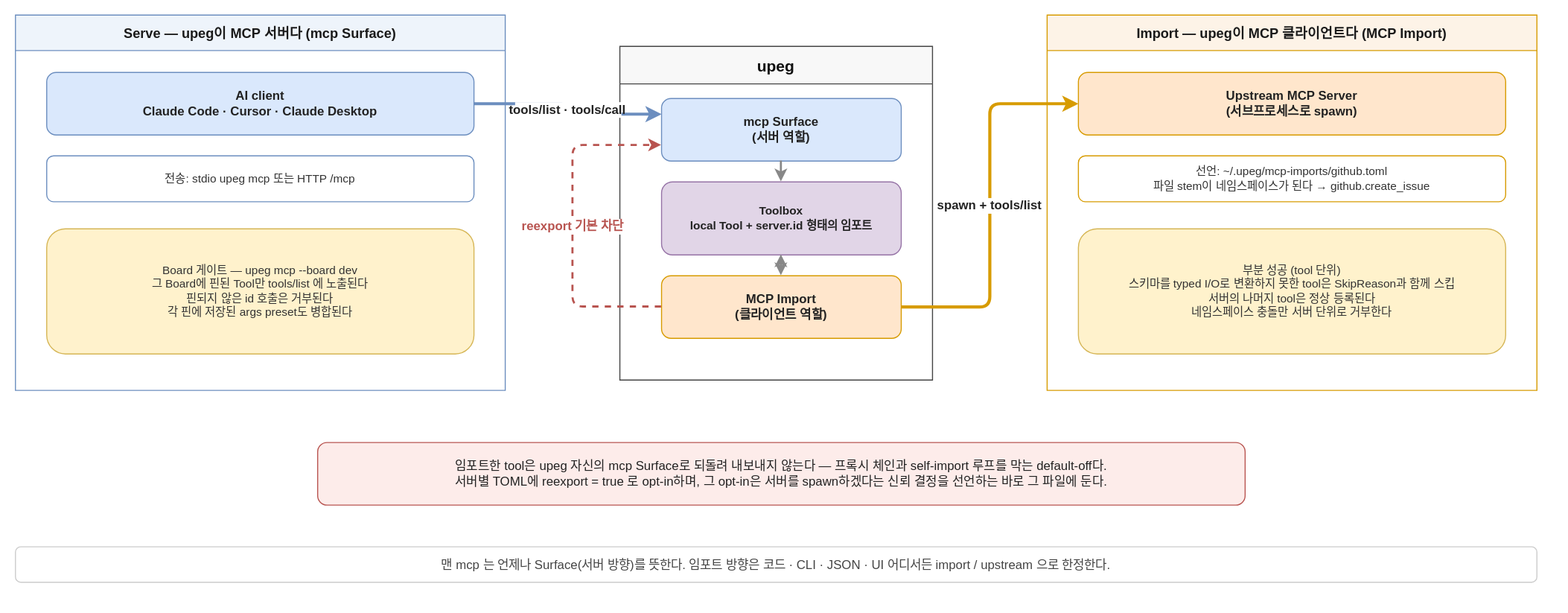
This is docs/diagrams/mcp-directions.drawio.svg from 5pecia1/UPeg, a draw.io export, as it was before one commit. Source tidied: cells renumbered, new cells last; positions are measured from the earlier drawing's top-left corner, leaving out a move shared by most shapes. Source of this version:
```xml
<mxGraphModel background="#ffffff">
  <root>
    <mxCell id="0" />
    <mxCell id="1" parent="0" />
    <mxCell id="2" value="Serve — upeg이 MCP 서버다   (mcp Surface)" style="swimlane;html=0;startSize=34;fillColor=#eef4fb;strokeColor=#6c8ebf;fontColor=#1a1a1a;fontStyle=1;fontSize=13;" parent="1" vertex="1">
      <mxGeometry width="470" height="360" as="geometry" />
    </mxCell>
    <mxCell id="3" value="AI client&#10;Claude Code · Cursor · Claude Desktop" style="rounded=1;whiteSpace=wrap;html=0;fillColor=#dae8fc;strokeColor=#6c8ebf;fontColor=#222222;fontSize=12;fontStyle=1;" parent="2" vertex="1">
      <mxGeometry x="30" y="55" width="410" height="60" as="geometry" />
    </mxCell>
    <mxCell id="4" value="전송:  stdio upeg mcp   또는   HTTP /mcp" style="rounded=1;whiteSpace=wrap;html=0;fillColor=#ffffff;strokeColor=#6c8ebf;fontColor=#333333;fontSize=11;" parent="2" vertex="1">
      <mxGeometry x="30" y="135" width="410" height="44" as="geometry" />
    </mxCell>
    <mxCell id="5" value="Board 게이트 —  upeg mcp --board dev&#10;그 Board에 핀된 Tool만 tools/list 에 노출된다&#10;핀되지 않은 id 호출은 거부된다&#10;각 핀에 저장된 args preset도 병합된다" style="rounded=1;whiteSpace=wrap;html=0;fillColor=#fff2cc;strokeColor=#d6b656;fontColor=#333333;fontSize=11;" parent="2" vertex="1">
      <mxGeometry x="30" y="205" width="410" height="120" as="geometry" />
    </mxCell>
    <mxCell id="6" value="upeg" style="swimlane;html=0;startSize=36;fillColor=#f8f8f8;strokeColor=#444444;fontColor=#111111;fontStyle=1;fontSize=15;" parent="1" vertex="1">
      <mxGeometry x="580" y="30" width="300" height="320" as="geometry" />
    </mxCell>
    <mxCell id="7" value="mcp Surface&#10;(서버 역할)" style="rounded=1;whiteSpace=wrap;html=0;fillColor=#dae8fc;strokeColor=#6c8ebf;fontColor=#222222;fontSize=12;fontStyle=1;" parent="6" vertex="1">
      <mxGeometry x="40" y="50" width="230" height="60" as="geometry" />
    </mxCell>
    <mxCell id="8" value="Toolbox&#10;local Tool  +  server.id 형태의 임포트" style="rounded=1;whiteSpace=wrap;html=0;fillColor=#e1d5e7;strokeColor=#9673a6;fontColor=#222222;fontSize=11;fontStyle=1;" parent="6" vertex="1">
      <mxGeometry x="40" y="130" width="230" height="70" as="geometry" />
    </mxCell>
    <mxCell id="9" value="MCP Import&#10;(클라이언트 역할)" style="rounded=1;whiteSpace=wrap;html=0;fillColor=#ffe6cc;strokeColor=#d79b00;fontColor=#222222;fontSize=12;fontStyle=1;" parent="6" vertex="1">
      <mxGeometry x="40" y="220" width="230" height="60" as="geometry" />
    </mxCell>
    <mxCell id="10" value="Import — upeg이 MCP 클라이언트다   (MCP Import)" style="swimlane;html=0;startSize=34;fillColor=#fdf3e7;strokeColor=#d79b00;fontColor=#1a1a1a;fontStyle=1;fontSize=13;" parent="1" vertex="1">
      <mxGeometry x="990" width="470" height="360" as="geometry" />
    </mxCell>
    <mxCell id="11" value="Upstream MCP Server&#10;(서브프로세스로 spawn)" style="rounded=1;whiteSpace=wrap;html=0;fillColor=#ffe6cc;strokeColor=#d79b00;fontColor=#222222;fontSize=12;fontStyle=1;" parent="10" vertex="1">
      <mxGeometry x="30" y="55" width="410" height="60" as="geometry" />
    </mxCell>
    <mxCell id="12" value="선언:  ~/.upeg/mcp-imports/github.toml&#10;파일 stem이 네임스페이스가 된다  →  github.create_issue" style="rounded=1;whiteSpace=wrap;html=0;fillColor=#ffffff;strokeColor=#d79b00;fontColor=#333333;fontSize=11;" parent="10" vertex="1">
      <mxGeometry x="30" y="135" width="410" height="44" as="geometry" />
    </mxCell>
    <mxCell id="13" value="부분 성공 (tool 단위)&#10;스키마를 typed I/O로 변환하지 못한 tool은 SkipReason과 함께 스킵&#10;서버의 나머지 tool은 정상 등록된다&#10;네임스페이스 충돌만 서버 단위로 거부한다" style="rounded=1;whiteSpace=wrap;html=0;fillColor=#fff2cc;strokeColor=#d6b656;fontColor=#333333;fontSize=11;" parent="10" vertex="1">
      <mxGeometry x="30" y="205" width="410" height="120" as="geometry" />
    </mxCell>
    <mxCell id="14" value="tools/list · tools/call" style="edgeStyle=orthogonalEdgeStyle;rounded=1;jettySize=auto;html=0;strokeColor=#6c8ebf;strokeWidth=3;fontColor=#222222;fontSize=12;fontStyle=1;labelBackgroundColor=#ffffff;exitX=1;exitY=0.5;exitDx=0;exitDy=0;entryX=0;entryY=0.25;entryDx=0;entryDy=0;" parent="1" edge="1" source="3" target="7">
      <mxGeometry relative="1" as="geometry" />
    </mxCell>
    <mxCell id="15" style="edgeStyle=orthogonalEdgeStyle;rounded=1;jettySize=auto;html=0;strokeColor=#888888;strokeWidth=2;exitX=0.5;exitY=1;exitDx=0;exitDy=0;entryX=0.5;entryY=0;entryDx=0;entryDy=0;" parent="1" edge="1" source="7" target="8">
      <mxGeometry relative="1" as="geometry" />
    </mxCell>
    <mxCell id="16" style="edgeStyle=orthogonalEdgeStyle;rounded=1;jettySize=auto;html=0;strokeColor=#888888;strokeWidth=2;exitX=0.5;exitY=1;exitDx=0;exitDy=0;entryX=0.5;entryY=0;entryDx=0;entryDy=0;startArrow=classic;startFill=1;" parent="1" edge="1" source="8" target="9">
      <mxGeometry relative="1" as="geometry" />
    </mxCell>
    <mxCell id="17" value="spawn + tools/list" style="edgeStyle=orthogonalEdgeStyle;rounded=1;jettySize=auto;html=0;strokeColor=#d79b00;strokeWidth=3;fontColor=#222222;fontSize=12;fontStyle=1;labelBackgroundColor=#ffffff;exitX=1;exitY=0.5;exitDx=0;exitDy=0;entryX=0;entryY=0.5;entryDx=0;entryDy=0;" parent="1" edge="1" source="9" target="11">
      <mxGeometry relative="1" as="geometry" />
    </mxCell>
    <mxCell id="18" value="reexport 기본 차단" style="edgeStyle=orthogonalEdgeStyle;rounded=1;jettySize=auto;html=0;strokeColor=#b85450;strokeWidth=2;dashed=1;fontColor=#b85450;fontSize=12;fontStyle=1;labelBackgroundColor=#ffffff;exitX=0;exitY=0.5;exitDx=0;exitDy=0;entryX=0;entryY=0.75;entryDx=0;entryDy=0;" parent="1" edge="1" source="9" target="7">
      <mxGeometry relative="1" as="geometry">
        <Array as="points">
          <mxPoint x="535" y="280" />
          <mxPoint x="535" y="125" />
        </Array>
      </mxGeometry>
    </mxCell>
    <mxCell id="19" value="임포트한 tool은 upeg 자신의 mcp Surface로 되돌려 내보내지 않는다 — 프록시 체인과 self-import 루프를 막는 default-off다.&#10;서버별 TOML에 reexport = true 로 opt-in하며, 그 opt-in은 서버를 spawn하겠다는 신뢰 결정을 선언하는 바로 그 파일에 둔다." style="rounded=1;whiteSpace=wrap;html=0;fillColor=#fdecea;strokeColor=#b85450;fontColor=#222222;fontSize=12;" parent="1" vertex="1">
      <mxGeometry x="290" y="410" width="890" height="60" as="geometry" />
    </mxCell>
    <mxCell id="20" value="맨 mcp 는 언제나 Surface(서버 방향)를 뜻한다. 임포트 방향은 코드 · CLI · JSON · UI 어디서든 import / upstream 으로 한정한다." style="text;html=0;align=center;verticalAlign=middle;fillColor=#ffffff;strokeColor=#cccccc;rounded=1;fontColor=#444444;fontSize=12;" parent="1" vertex="1">
      <mxGeometry y="510" width="1460" height="34" as="geometry" />
    </mxCell>
  </root>
</mxGraphModel>
```
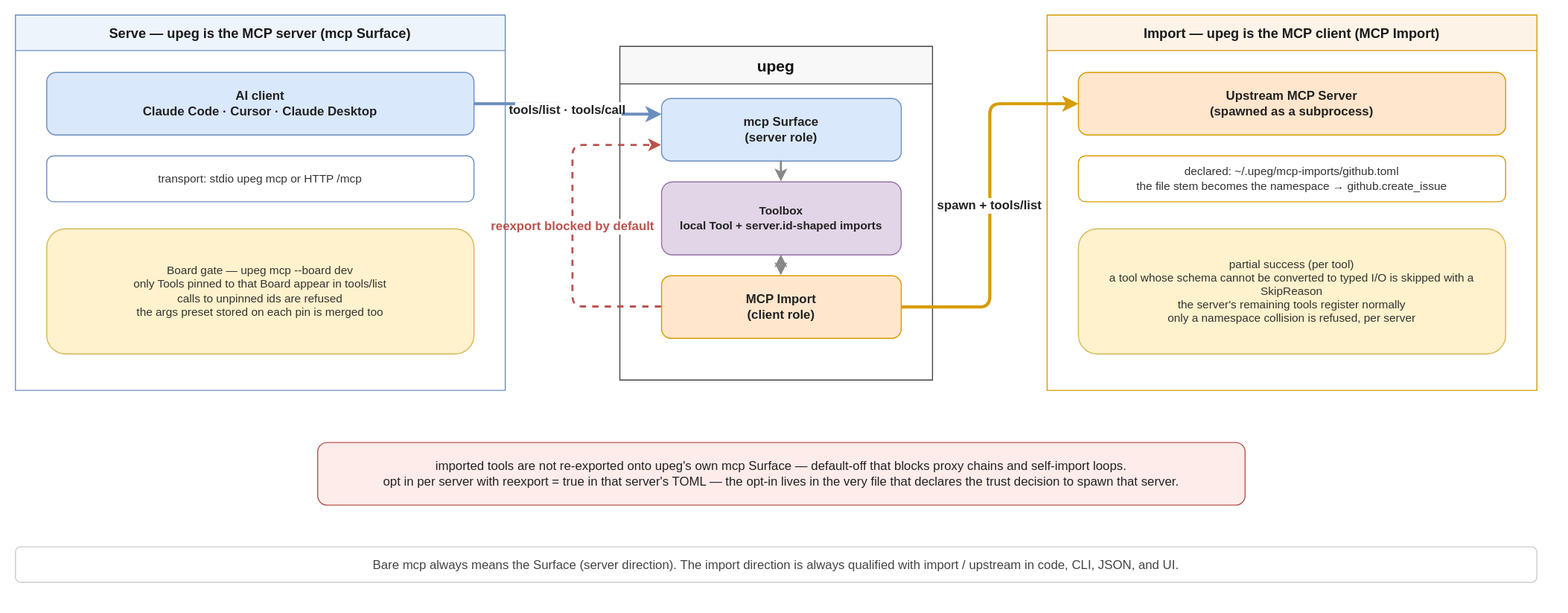
Above is the later version.

The edit, as a diff of the source:
```diff
@@ -2,40 +2,40 @@
   <root>
     <mxCell id="0" />
     <mxCell id="1" parent="0" />
-    <mxCell id="2" value="Serve — upeg이 MCP 서버다   (mcp Surface)" style="swimlane;html=0;startSize=34;fillColor=#eef4fb;strokeColor=#6c8ebf;fontColor=#1a1a1a;fontStyle=1;fontSize=13;" parent="1" vertex="1">
+    <mxCell id="2" value="Serve — upeg is the MCP server   (mcp Surface)" style="swimlane;html=0;startSize=34;fillColor=#eef4fb;strokeColor=#6c8ebf;fontColor=#1a1a1a;fontStyle=1;fontSize=13;" parent="1" vertex="1">
       <mxGeometry width="470" height="360" as="geometry" />
     </mxCell>
     <mxCell id="3" value="AI client&#10;Claude Code · Cursor · Claude Desktop" style="rounded=1;whiteSpace=wrap;html=0;fillColor=#dae8fc;strokeColor=#6c8ebf;fontColor=#222222;fontSize=12;fontStyle=1;" parent="2" vertex="1">
       <mxGeometry x="30" y="55" width="410" height="60" as="geometry" />
     </mxCell>
-    <mxCell id="4" value="전송:  stdio upeg mcp   또는   HTTP /mcp" style="rounded=1;whiteSpace=wrap;html=0;fillColor=#ffffff;strokeColor=#6c8ebf;fontColor=#333333;fontSize=11;" parent="2" vertex="1">
+    <mxCell id="4" value="transport:  stdio upeg mcp   or   HTTP /mcp" style="rounded=1;whiteSpace=wrap;html=0;fillColor=#ffffff;strokeColor=#6c8ebf;fontColor=#333333;fontSize=11;" parent="2" vertex="1">
       <mxGeometry x="30" y="135" width="410" height="44" as="geometry" />
     </mxCell>
-    <mxCell id="5" value="Board 게이트 —  upeg mcp --board dev&#10;그 Board에 핀된 Tool만 tools/list 에 노출된다&#10;핀되지 않은 id 호출은 거부된다&#10;각 핀에 저장된 args preset도 병합된다" style="rounded=1;whiteSpace=wrap;html=0;fillColor=#fff2cc;strokeColor=#d6b656;fontColor=#333333;fontSize=11;" parent="2" vertex="1">
+    <mxCell id="5" value="Board gate —  upeg mcp --board dev&#10;only Tools pinned to that Board appear in tools/list&#10;calls to unpinned ids are refused&#10;the args preset stored on each pin is merged too" style="rounded=1;whiteSpace=wrap;html=0;fillColor=#fff2cc;strokeColor=#d6b656;fontColor=#333333;fontSize=11;" parent="2" vertex="1">
       <mxGeometry x="30" y="205" width="410" height="120" as="geometry" />
     </mxCell>
     <mxCell id="6" value="upeg" style="swimlane;html=0;startSize=36;fillColor=#f8f8f8;strokeColor=#444444;fontColor=#111111;fontStyle=1;fontSize=15;" parent="1" vertex="1">
       <mxGeometry x="580" y="30" width="300" height="320" as="geometry" />
     </mxCell>
-    <mxCell id="7" value="mcp Surface&#10;(서버 역할)" style="rounded=1;whiteSpace=wrap;html=0;fillColor=#dae8fc;strokeColor=#6c8ebf;fontColor=#222222;fontSize=12;fontStyle=1;" parent="6" vertex="1">
+    <mxCell id="7" value="mcp Surface&#10;(server role)" style="rounded=1;whiteSpace=wrap;html=0;fillColor=#dae8fc;strokeColor=#6c8ebf;fontColor=#222222;fontSize=12;fontStyle=1;" parent="6" vertex="1">
       <mxGeometry x="40" y="50" width="230" height="60" as="geometry" />
     </mxCell>
-    <mxCell id="8" value="Toolbox&#10;local Tool  +  server.id 형태의 임포트" style="rounded=1;whiteSpace=wrap;html=0;fillColor=#e1d5e7;strokeColor=#9673a6;fontColor=#222222;fontSize=11;fontStyle=1;" parent="6" vertex="1">
+    <mxCell id="8" value="Toolbox&#10;local Tool  +  server.id-shaped imports" style="rounded=1;whiteSpace=wrap;html=0;fillColor=#e1d5e7;strokeColor=#9673a6;fontColor=#222222;fontSize=11;fontStyle=1;" parent="6" vertex="1">
       <mxGeometry x="40" y="130" width="230" height="70" as="geometry" />
     </mxCell>
-    <mxCell id="9" value="MCP Import&#10;(클라이언트 역할)" style="rounded=1;whiteSpace=wrap;html=0;fillColor=#ffe6cc;strokeColor=#d79b00;fontColor=#222222;fontSize=12;fontStyle=1;" parent="6" vertex="1">
+    <mxCell id="9" value="MCP Import&#10;(client role)" style="rounded=1;whiteSpace=wrap;html=0;fillColor=#ffe6cc;strokeColor=#d79b00;fontColor=#222222;fontSize=12;fontStyle=1;" parent="6" vertex="1">
       <mxGeometry x="40" y="220" width="230" height="60" as="geometry" />
     </mxCell>
-    <mxCell id="10" value="Import — upeg이 MCP 클라이언트다   (MCP Import)" style="swimlane;html=0;startSize=34;fillColor=#fdf3e7;strokeColor=#d79b00;fontColor=#1a1a1a;fontStyle=1;fontSize=13;" parent="1" vertex="1">
+    <mxCell id="10" value="Import — upeg is the MCP client   (MCP Import)" style="swimlane;html=0;startSize=34;fillColor=#fdf3e7;strokeColor=#d79b00;fontColor=#1a1a1a;fontStyle=1;fontSize=13;" parent="1" vertex="1">
       <mxGeometry x="990" width="470" height="360" as="geometry" />
     </mxCell>
-    <mxCell id="11" value="Upstream MCP Server&#10;(서브프로세스로 spawn)" style="rounded=1;whiteSpace=wrap;html=0;fillColor=#ffe6cc;strokeColor=#d79b00;fontColor=#222222;fontSize=12;fontStyle=1;" parent="10" vertex="1">
+    <mxCell id="11" value="Upstream MCP Server&#10;(spawned as a subprocess)" style="rounded=1;whiteSpace=wrap;html=0;fillColor=#ffe6cc;strokeColor=#d79b00;fontColor=#222222;fontSize=12;fontStyle=1;" parent="10" vertex="1">
       <mxGeometry x="30" y="55" width="410" height="60" as="geometry" />
     </mxCell>
-    <mxCell id="12" value="선언:  ~/.upeg/mcp-imports/github.toml&#10;파일 stem이 네임스페이스가 된다  →  github.create_issue" style="rounded=1;whiteSpace=wrap;html=0;fillColor=#ffffff;strokeColor=#d79b00;fontColor=#333333;fontSize=11;" parent="10" vertex="1">
+    <mxCell id="12" value="declared:  ~/.upeg/mcp-imports/github.toml&#10;the file stem becomes the namespace  →  github.create_issue" style="rounded=1;whiteSpace=wrap;html=0;fillColor=#ffffff;strokeColor=#d79b00;fontColor=#333333;fontSize=11;" parent="10" vertex="1">
       <mxGeometry x="30" y="135" width="410" height="44" as="geometry" />
     </mxCell>
-    <mxCell id="13" value="부분 성공 (tool 단위)&#10;스키마를 typed I/O로 변환하지 못한 tool은 SkipReason과 함께 스킵&#10;서버의 나머지 tool은 정상 등록된다&#10;네임스페이스 충돌만 서버 단위로 거부한다" style="rounded=1;whiteSpace=wrap;html=0;fillColor=#fff2cc;strokeColor=#d6b656;fontColor=#333333;fontSize=11;" parent="10" vertex="1">
+    <mxCell id="13" value="partial success (per tool)&#10;a tool whose schema cannot be converted to typed I/O is skipped with a SkipReason&#10;the server's remaining tools register normally&#10;only a namespace collision is refused, per server" style="rounded=1;whiteSpace=wrap;html=0;fillColor=#fff2cc;strokeColor=#d6b656;fontColor=#333333;fontSize=11;" parent="10" vertex="1">
       <mxGeometry x="30" y="205" width="410" height="120" as="geometry" />
     </mxCell>
     <mxCell id="14" value="tools/list · tools/call" style="edgeStyle=orthogonalEdgeStyle;rounded=1;jettySize=auto;html=0;strokeColor=#6c8ebf;strokeWidth=3;fontColor=#222222;fontSize=12;fontStyle=1;labelBackgroundColor=#ffffff;exitX=1;exitY=0.5;exitDx=0;exitDy=0;entryX=0;entryY=0.25;entryDx=0;entryDy=0;" parent="1" edge="1" source="3" target="7">
@@ -50,7 +50,7 @@
     <mxCell id="17" value="spawn + tools/list" style="edgeStyle=orthogonalEdgeStyle;rounded=1;jettySize=auto;html=0;strokeColor=#d79b00;strokeWidth=3;fontColor=#222222;fontSize=12;fontStyle=1;labelBackgroundColor=#ffffff;exitX=1;exitY=0.5;exitDx=0;exitDy=0;entryX=0;entryY=0.5;entryDx=0;entryDy=0;" parent="1" edge="1" source="9" target="11">
       <mxGeometry relative="1" as="geometry" />
     </mxCell>
-    <mxCell id="18" value="reexport 기본 차단" style="edgeStyle=orthogonalEdgeStyle;rounded=1;jettySize=auto;html=0;strokeColor=#b85450;strokeWidth=2;dashed=1;fontColor=#b85450;fontSize=12;fontStyle=1;labelBackgroundColor=#ffffff;exitX=0;exitY=0.5;exitDx=0;exitDy=0;entryX=0;entryY=0.75;entryDx=0;entryDy=0;" parent="1" edge="1" source="9" target="7">
+    <mxCell id="18" value="reexport blocked by default" style="edgeStyle=orthogonalEdgeStyle;rounded=1;jettySize=auto;html=0;strokeColor=#b85450;strokeWidth=2;dashed=1;fontColor=#b85450;fontSize=12;fontStyle=1;labelBackgroundColor=#ffffff;exitX=0;exitY=0.5;exitDx=0;exitDy=0;entryX=0;entryY=0.75;entryDx=0;entryDy=0;" parent="1" edge="1" source="9" target="7">
       <mxGeometry relative="1" as="geometry">
         <Array as="points">
           <mxPoint x="535" y="280" />
@@ -58,10 +58,10 @@
         </Array>
       </mxGeometry>
     </mxCell>
-    <mxCell id="19" value="임포트한 tool은 upeg 자신의 mcp Surface로 되돌려 내보내지 않는다 — 프록시 체인과 self-import 루프를 막는 default-off다.&#10;서버별 TOML에 reexport = true 로 opt-in하며, 그 opt-in은 서버를 spawn하겠다는 신뢰 결정을 선언하는 바로 그 파일에 둔다." style="rounded=1;whiteSpace=wrap;html=0;fillColor=#fdecea;strokeColor=#b85450;fontColor=#222222;fontSize=12;" parent="1" vertex="1">
+    <mxCell id="19" value="imported tools are not re-exported onto upeg's own mcp Surface — default-off that blocks proxy chains and self-import loops.&#10;opt in per server with reexport = true in that server's TOML — the opt-in lives in the very file that declares the trust decision to spawn that server." style="rounded=1;whiteSpace=wrap;html=0;fillColor=#fdecea;strokeColor=#b85450;fontColor=#222222;fontSize=12;" parent="1" vertex="1">
       <mxGeometry x="290" y="410" width="890" height="60" as="geometry" />
     </mxCell>
-    <mxCell id="20" value="맨 mcp 는 언제나 Surface(서버 방향)를 뜻한다. 임포트 방향은 코드 · CLI · JSON · UI 어디서든 import / upstream 으로 한정한다." style="text;html=0;align=center;verticalAlign=middle;fillColor=#ffffff;strokeColor=#cccccc;rounded=1;fontColor=#444444;fontSize=12;" parent="1" vertex="1">
+    <mxCell id="20" value="Bare mcp always means the Surface (server direction). The import direction is always qualified with import / upstream in code, CLI, JSON, and UI." style="text;html=0;align=center;verticalAlign=middle;fillColor=#ffffff;strokeColor=#cccccc;rounded=1;fontColor=#444444;fontSize=12;" parent="1" vertex="1">
       <mxGeometry y="510" width="1460" height="34" as="geometry" />
     </mxCell>
   </root>
```
